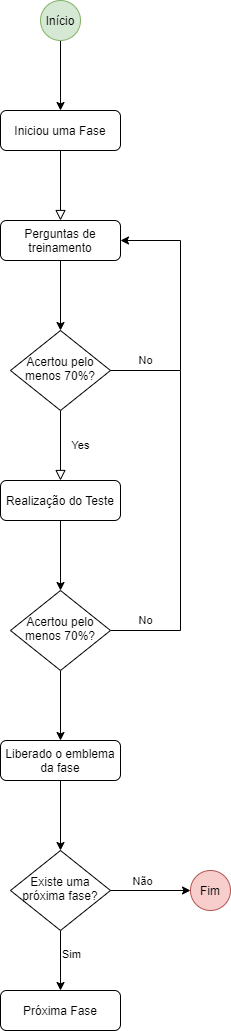
Design-de-Jogos/2020.1-ETerface keeps this draw.io diagram as docs/img/fluxo_fases.png. Above is the earlier version. Source tidied: cells renumbered, new cells last; positions are measured from the earlier drawing's top-left corner, leaving out a move shared by most shapes. The source it was exported from:
```xml
<mxGraphModel>
  <root>
    <mxCell id="0" />
    <mxCell id="1" parent="0" />
    <mxCell id="2" style="rounded=0;html=1;jettySize=auto;fontSize=11;endArrow=block;endFill=0;endSize=8;strokeWidth=1;shadow=0;labelBackgroundColor=none;edgeStyle=orthogonalEdgeStyle;entryX=0.5;entryY=0;entryDx=0;entryDy=0;" parent="1" edge="1" source="3" target="10">
      <mxGeometry relative="1" as="geometry" />
    </mxCell>
    <mxCell id="3" value="Iniciou uma Fase" style="rounded=1;whiteSpace=wrap;html=1;fontSize=12;glass=0;strokeWidth=1;shadow=0;" parent="1" vertex="1">
      <mxGeometry y="110" width="120" height="40" as="geometry" />
    </mxCell>
    <mxCell id="4" value="Yes" style="rounded=0;html=1;jettySize=auto;fontSize=11;endArrow=block;endFill=0;endSize=8;strokeWidth=1;shadow=0;labelBackgroundColor=none;edgeStyle=orthogonalEdgeStyle;entryX=0.5;entryY=0;entryDx=0;entryDy=0;" parent="1" edge="1" source="6" target="8">
      <mxGeometry y="20" relative="1" as="geometry" />
    </mxCell>
    <mxCell id="5" value="No" style="edgeStyle=orthogonalEdgeStyle;rounded=0;html=1;jettySize=auto;fontSize=11;endArrow=none;endFill=0;endSize=8;strokeWidth=1;shadow=0;labelBackgroundColor=none;" parent="1" edge="1" source="6">
      <mxGeometry y="10" relative="1" as="geometry">
        <mxPoint x="180" y="370" as="targetPoint" />
      </mxGeometry>
    </mxCell>
    <mxCell id="6" value="Acertou pelo menos 70%?" style="rhombus;whiteSpace=wrap;html=1;shadow=0;fontFamily=Helvetica;fontSize=12;align=center;strokeWidth=1;spacing=6;spacingTop=-4;" parent="1" vertex="1">
      <mxGeometry x="10" y="330" width="100" height="80" as="geometry" />
    </mxCell>
    <mxCell id="7" style="edgeStyle=orthogonalEdgeStyle;rounded=0;jettySize=auto;html=1;entryX=0.5;entryY=0;entryDx=0;entryDy=0;endArrow=classic;endFill=1;" parent="1" edge="1" source="8" target="17">
      <mxGeometry relative="1" as="geometry" />
    </mxCell>
    <mxCell id="8" value="Realização do Teste" style="rounded=1;whiteSpace=wrap;html=1;fontSize=12;glass=0;strokeWidth=1;shadow=0;" parent="1" vertex="1">
      <mxGeometry y="480" width="120" height="40" as="geometry" />
    </mxCell>
    <mxCell id="9" style="edgeStyle=orthogonalEdgeStyle;rounded=0;jettySize=auto;html=1;entryX=0.5;entryY=0;entryDx=0;entryDy=0;" parent="1" edge="1" source="10" target="6">
      <mxGeometry relative="1" as="geometry" />
    </mxCell>
    <mxCell id="10" value="Perguntas de treinamento" style="rounded=1;whiteSpace=wrap;html=1;fontSize=12;glass=0;strokeWidth=1;shadow=0;" parent="1" vertex="1">
      <mxGeometry y="220" width="120" height="40" as="geometry" />
    </mxCell>
    <mxCell id="11" style="edgeStyle=orthogonalEdgeStyle;rounded=0;jettySize=auto;html=1;entryX=0.5;entryY=0;entryDx=0;entryDy=0;" parent="1" edge="1" source="12" target="3">
      <mxGeometry relative="1" as="geometry" />
    </mxCell>
    <mxCell id="12" value="Início" style="ellipse;whiteSpace=wrap;html=1;fillColor=#d5e8d4;strokeColor=#82b366;" parent="1" vertex="1">
      <mxGeometry x="40" width="40" height="40" as="geometry" />
    </mxCell>
    <mxCell id="13" style="endArrow=none;html=1;" parent="1" edge="1">
      <mxGeometry relative="1" as="geometry">
        <mxPoint x="180" y="370" as="sourcePoint" />
        <mxPoint x="180" y="240" as="targetPoint" />
      </mxGeometry>
    </mxCell>
    <mxCell id="14" style="endArrow=classic;html=1;entryX=1;entryY=0.5;entryDx=0;entryDy=0;" parent="1" edge="1" target="10">
      <mxGeometry relative="1" as="geometry">
        <mxPoint x="180" y="240" as="sourcePoint" />
      </mxGeometry>
    </mxCell>
    <mxCell id="15" value="No" style="edgeStyle=orthogonalEdgeStyle;rounded=0;html=1;jettySize=auto;fontSize=11;endArrow=none;endFill=0;endSize=8;strokeWidth=1;shadow=0;labelBackgroundColor=none;" parent="1" edge="1" source="17">
      <mxGeometry y="10" relative="1" as="geometry">
        <mxPoint x="180" y="630" as="targetPoint" />
      </mxGeometry>
    </mxCell>
    <mxCell id="16" style="edgeStyle=orthogonalEdgeStyle;rounded=0;jettySize=auto;html=1;entryX=0.5;entryY=0;entryDx=0;entryDy=0;endArrow=classic;endFill=1;" parent="1" edge="1" source="17" target="20">
      <mxGeometry relative="1" as="geometry" />
    </mxCell>
    <mxCell id="17" value="Acertou pelo menos 70%?" style="rhombus;whiteSpace=wrap;html=1;shadow=0;fontFamily=Helvetica;fontSize=12;align=center;strokeWidth=1;spacing=6;spacingTop=-4;" parent="1" vertex="1">
      <mxGeometry x="10" y="590" width="100" height="80" as="geometry" />
    </mxCell>
    <mxCell id="18" style="endArrow=none;html=1;" parent="1" edge="1">
      <mxGeometry relative="1" as="geometry">
        <mxPoint x="180" y="630" as="sourcePoint" />
        <mxPoint x="180" y="370" as="targetPoint" />
      </mxGeometry>
    </mxCell>
    <mxCell id="19" style="edgeStyle=orthogonalEdgeStyle;rounded=0;jettySize=auto;html=1;entryX=0.5;entryY=0;entryDx=0;entryDy=0;endArrow=classic;endFill=1;" parent="1" edge="1" source="20" target="25">
      <mxGeometry relative="1" as="geometry" />
    </mxCell>
    <mxCell id="20" value="Liberado o emblema da fase" style="rounded=1;whiteSpace=wrap;html=1;fontSize=12;glass=0;strokeWidth=1;shadow=0;" parent="1" vertex="1">
      <mxGeometry y="740" width="120" height="40" as="geometry" />
    </mxCell>
    <mxCell id="21" style="edgeStyle=orthogonalEdgeStyle;rounded=0;jettySize=auto;html=1;entryX=0.5;entryY=0;entryDx=0;entryDy=0;endArrow=classic;endFill=1;" parent="1" edge="1" source="25" target="26">
      <mxGeometry relative="1" as="geometry" />
    </mxCell>
    <mxCell id="22" value="Sim" style="edgeLabel;html=1;align=center;verticalAlign=middle;" parent="21" vertex="1">
      <mxGeometry x="-0.24" y="1" relative="1" as="geometry">
        <mxPoint x="9" as="offset" />
      </mxGeometry>
    </mxCell>
    <mxCell id="23" style="edgeStyle=orthogonalEdgeStyle;rounded=0;jettySize=auto;html=1;entryX=0;entryY=0.5;entryDx=0;entryDy=0;endArrow=classic;endFill=1;" parent="1" edge="1" source="25" target="27">
      <mxGeometry relative="1" as="geometry" />
    </mxCell>
    <mxCell id="24" value="Não" style="edgeLabel;html=1;align=center;verticalAlign=middle;" parent="23" vertex="1">
      <mxGeometry x="-0.22" relative="1" as="geometry">
        <mxPoint y="-10" as="offset" />
      </mxGeometry>
    </mxCell>
    <mxCell id="25" value="Existe uma próxima fase?" style="rhombus;whiteSpace=wrap;html=1;shadow=0;fontFamily=Helvetica;fontSize=12;align=center;strokeWidth=1;spacing=6;spacingTop=-4;" parent="1" vertex="1">
      <mxGeometry x="10" y="850" width="100" height="80" as="geometry" />
    </mxCell>
    <mxCell id="26" value="Próxima Fase" style="rounded=1;whiteSpace=wrap;html=1;fontSize=12;glass=0;strokeWidth=1;shadow=0;" parent="1" vertex="1">
      <mxGeometry y="990" width="120" height="40" as="geometry" />
    </mxCell>
    <mxCell id="27" value="Fim" style="ellipse;whiteSpace=wrap;html=1;fillColor=#f8cecc;strokeColor=#b85450;" parent="1" vertex="1">
      <mxGeometry x="190" y="870" width="40" height="40" as="geometry" />
    </mxCell>
  </root>
</mxGraphModel>
```
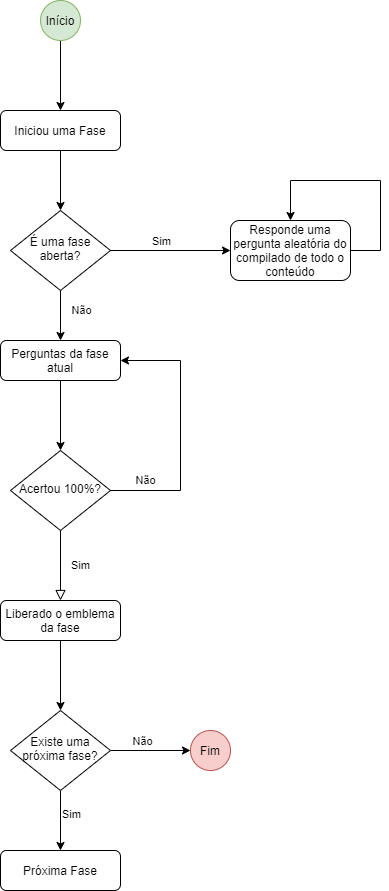
After the change.

The edit, as a diff of the source:
```diff
@@ -2,34 +2,30 @@
   <root>
     <mxCell id="0" />
     <mxCell id="1" parent="0" />
-    <mxCell id="2" style="rounded=0;html=1;jettySize=auto;fontSize=11;endArrow=block;endFill=0;endSize=8;strokeWidth=1;shadow=0;labelBackgroundColor=none;edgeStyle=orthogonalEdgeStyle;entryX=0.5;entryY=0;entryDx=0;entryDy=0;" parent="1" edge="1" source="3" target="10">
-      <mxGeometry relative="1" as="geometry" />
-    </mxCell>
+    <mxCell id="28" style="edgeStyle=orthogonalEdgeStyle;rounded=0;jettySize=auto;html=1;entryX=0.5;entryY=0;entryDx=0;entryDy=0;" parent="1" edge="1" source="3" target="33">
+      <mxGeometry relative="1" as="geometry" />
+    </mxCell>
     <mxCell id="3" value="Iniciou uma Fase" style="rounded=1;whiteSpace=wrap;html=1;fontSize=12;glass=0;strokeWidth=1;shadow=0;" parent="1" vertex="1">
       <mxGeometry y="110" width="120" height="40" as="geometry" />
     </mxCell>
-    <mxCell id="4" value="Yes" style="rounded=0;html=1;jettySize=auto;fontSize=11;endArrow=block;endFill=0;endSize=8;strokeWidth=1;shadow=0;labelBackgroundColor=none;edgeStyle=orthogonalEdgeStyle;entryX=0.5;entryY=0;entryDx=0;entryDy=0;" parent="1" edge="1" source="6" target="8">
-      <mxGeometry y="20" relative="1" as="geometry" />
+    <mxCell id="4" value="Sim" style="rounded=0;html=1;jettySize=auto;fontSize=11;endArrow=block;endFill=0;endSize=8;strokeWidth=1;shadow=0;labelBackgroundColor=none;edgeStyle=orthogonalEdgeStyle;entryX=0.5;entryY=0;entryDx=0;entryDy=0;" parent="1" edge="1" source="6">
+      <mxGeometry y="20" relative="1" as="geometry">
+        <mxPoint x="60" y="600" as="targetPoint" />
+      </mxGeometry>
     </mxCell>
-    <mxCell id="5" value="No" style="edgeStyle=orthogonalEdgeStyle;rounded=0;html=1;jettySize=auto;fontSize=11;endArrow=none;endFill=0;endSize=8;strokeWidth=1;shadow=0;labelBackgroundColor=none;" parent="1" edge="1" source="6">
+    <mxCell id="5" value="Não" style="edgeStyle=orthogonalEdgeStyle;rounded=0;html=1;jettySize=auto;fontSize=11;endArrow=none;endFill=0;endSize=8;strokeWidth=1;shadow=0;labelBackgroundColor=none;" parent="1" edge="1" source="6">
       <mxGeometry y="10" relative="1" as="geometry">
-        <mxPoint x="180" y="370" as="targetPoint" />
+        <mxPoint x="180" y="490" as="targetPoint" />
       </mxGeometry>
     </mxCell>
-    <mxCell id="6" value="Acertou pelo menos 70%?" style="rhombus;whiteSpace=wrap;html=1;shadow=0;fontFamily=Helvetica;fontSize=12;align=center;strokeWidth=1;spacing=6;spacingTop=-4;" parent="1" vertex="1">
-      <mxGeometry x="10" y="330" width="100" height="80" as="geometry" />
+    <mxCell id="6" value="Acertou 100%?" style="rhombus;whiteSpace=wrap;html=1;shadow=0;fontFamily=Helvetica;fontSize=12;align=center;strokeWidth=1;spacing=6;spacingTop=-4;" parent="1" vertex="1">
+      <mxGeometry x="10" y="450" width="100" height="80" as="geometry" />
     </mxCell>
-    <mxCell id="7" style="edgeStyle=orthogonalEdgeStyle;rounded=0;jettySize=auto;html=1;entryX=0.5;entryY=0;entryDx=0;entryDy=0;endArrow=classic;endFill=1;" parent="1" edge="1" source="8" target="17">
-      <mxGeometry relative="1" as="geometry" />
-    </mxCell>
-    <mxCell id="8" value="Realização do Teste" style="rounded=1;whiteSpace=wrap;html=1;fontSize=12;glass=0;strokeWidth=1;shadow=0;" parent="1" vertex="1">
-      <mxGeometry y="480" width="120" height="40" as="geometry" />
-    </mxCell>
     <mxCell id="9" style="edgeStyle=orthogonalEdgeStyle;rounded=0;jettySize=auto;html=1;entryX=0.5;entryY=0;entryDx=0;entryDy=0;" parent="1" edge="1" source="10" target="6">
       <mxGeometry relative="1" as="geometry" />
     </mxCell>
-    <mxCell id="10" value="Perguntas de treinamento" style="rounded=1;whiteSpace=wrap;html=1;fontSize=12;glass=0;strokeWidth=1;shadow=0;" parent="1" vertex="1">
-      <mxGeometry y="220" width="120" height="40" as="geometry" />
+    <mxCell id="10" value="Perguntas da fase atual" style="rounded=1;whiteSpace=wrap;html=1;fontSize=12;glass=0;strokeWidth=1;shadow=0;" parent="1" vertex="1">
+      <mxGeometry y="340" width="120" height="40" as="geometry" />
     </mxCell>
     <mxCell id="11" style="edgeStyle=orthogonalEdgeStyle;rounded=0;jettySize=auto;html=1;entryX=0.5;entryY=0;entryDx=0;entryDy=0;" parent="1" edge="1" source="12" target="3">
       <mxGeometry relative="1" as="geometry" />
@@ -39,37 +35,20 @@
     </mxCell>
     <mxCell id="13" style="endArrow=none;html=1;" parent="1" edge="1">
       <mxGeometry relative="1" as="geometry">
-        <mxPoint x="180" y="370" as="sourcePoint" />
-        <mxPoint x="180" y="240" as="targetPoint" />
+        <mxPoint x="180" y="490" as="sourcePoint" />
+        <mxPoint x="180" y="360" as="targetPoint" />
       </mxGeometry>
     </mxCell>
     <mxCell id="14" style="endArrow=classic;html=1;entryX=1;entryY=0.5;entryDx=0;entryDy=0;" parent="1" edge="1" target="10">
       <mxGeometry relative="1" as="geometry">
-        <mxPoint x="180" y="240" as="sourcePoint" />
+        <mxPoint x="180" y="360" as="sourcePoint" />
       </mxGeometry>
     </mxCell>
-    <mxCell id="15" value="No" style="edgeStyle=orthogonalEdgeStyle;rounded=0;html=1;jettySize=auto;fontSize=11;endArrow=none;endFill=0;endSize=8;strokeWidth=1;shadow=0;labelBackgroundColor=none;" parent="1" edge="1" source="17">
-      <mxGeometry y="10" relative="1" as="geometry">
-        <mxPoint x="180" y="630" as="targetPoint" />
-      </mxGeometry>
-    </mxCell>
-    <mxCell id="16" style="edgeStyle=orthogonalEdgeStyle;rounded=0;jettySize=auto;html=1;entryX=0.5;entryY=0;entryDx=0;entryDy=0;endArrow=classic;endFill=1;" parent="1" edge="1" source="17" target="20">
-      <mxGeometry relative="1" as="geometry" />
-    </mxCell>
-    <mxCell id="17" value="Acertou pelo menos 70%?" style="rhombus;whiteSpace=wrap;html=1;shadow=0;fontFamily=Helvetica;fontSize=12;align=center;strokeWidth=1;spacing=6;spacingTop=-4;" parent="1" vertex="1">
-      <mxGeometry x="10" y="590" width="100" height="80" as="geometry" />
-    </mxCell>
-    <mxCell id="18" style="endArrow=none;html=1;" parent="1" edge="1">
-      <mxGeometry relative="1" as="geometry">
-        <mxPoint x="180" y="630" as="sourcePoint" />
-        <mxPoint x="180" y="370" as="targetPoint" />
-      </mxGeometry>
-    </mxCell>
     <mxCell id="19" style="edgeStyle=orthogonalEdgeStyle;rounded=0;jettySize=auto;html=1;entryX=0.5;entryY=0;entryDx=0;entryDy=0;endArrow=classic;endFill=1;" parent="1" edge="1" source="20" target="25">
       <mxGeometry relative="1" as="geometry" />
     </mxCell>
     <mxCell id="20" value="Liberado o emblema da fase" style="rounded=1;whiteSpace=wrap;html=1;fontSize=12;glass=0;strokeWidth=1;shadow=0;" parent="1" vertex="1">
-      <mxGeometry y="740" width="120" height="40" as="geometry" />
+      <mxGeometry y="600" width="120" height="40" as="geometry" />
     </mxCell>
     <mxCell id="21" style="edgeStyle=orthogonalEdgeStyle;rounded=0;jettySize=auto;html=1;entryX=0.5;entryY=0;entryDx=0;entryDy=0;endArrow=classic;endFill=1;" parent="1" edge="1" source="25" target="26">
       <mxGeometry relative="1" as="geometry" />
@@ -88,13 +67,44 @@
       </mxGeometry>
     </mxCell>
     <mxCell id="25" value="Existe uma próxima fase?" style="rhombus;whiteSpace=wrap;html=1;shadow=0;fontFamily=Helvetica;fontSize=12;align=center;strokeWidth=1;spacing=6;spacingTop=-4;" parent="1" vertex="1">
-      <mxGeometry x="10" y="850" width="100" height="80" as="geometry" />
+      <mxGeometry x="10" y="710" width="100" height="80" as="geometry" />
     </mxCell>
     <mxCell id="26" value="Próxima Fase" style="rounded=1;whiteSpace=wrap;html=1;fontSize=12;glass=0;strokeWidth=1;shadow=0;" parent="1" vertex="1">
-      <mxGeometry y="990" width="120" height="40" as="geometry" />
+      <mxGeometry y="850" width="120" height="40" as="geometry" />
     </mxCell>
     <mxCell id="27" value="Fim" style="ellipse;whiteSpace=wrap;html=1;fillColor=#f8cecc;strokeColor=#b85450;" parent="1" vertex="1">
-      <mxGeometry x="190" y="870" width="40" height="40" as="geometry" />
+      <mxGeometry x="190" y="730" width="40" height="40" as="geometry" />
     </mxCell>
+    <mxCell id="29" style="edgeStyle=orthogonalEdgeStyle;rounded=0;jettySize=auto;html=1;entryX=0.5;entryY=0;entryDx=0;entryDy=0;" parent="1" edge="1" source="33" target="10">
+      <mxGeometry relative="1" as="geometry" />
+    </mxCell>
+    <mxCell id="30" value="Não" style="edgeLabel;html=1;align=center;verticalAlign=middle;" parent="29" vertex="1">
+      <mxGeometry x="-0.23" y="2" relative="1" as="geometry">
+        <mxPoint x="18" as="offset" />
+      </mxGeometry>
+    </mxCell>
+    <mxCell id="31" style="edgeStyle=orthogonalEdgeStyle;rounded=0;jettySize=auto;html=1;entryX=0;entryY=0.5;entryDx=0;entryDy=0;" parent="1" edge="1" source="33" target="35">
+      <mxGeometry relative="1" as="geometry" />
+    </mxCell>
+    <mxCell id="32" value="Sim" style="edgeLabel;html=1;align=center;verticalAlign=middle;" parent="31" vertex="1">
+      <mxGeometry x="-0.32" relative="1" as="geometry">
+        <mxPoint x="9" y="-10" as="offset" />
+      </mxGeometry>
+    </mxCell>
+    <mxCell id="33" value="É uma fase aberta?" style="rhombus;whiteSpace=wrap;html=1;shadow=0;fontFamily=Helvetica;fontSize=12;align=center;strokeWidth=1;spacing=6;spacingTop=-4;" parent="1" vertex="1">
+      <mxGeometry x="10" y="210" width="100" height="80" as="geometry" />
+    </mxCell>
+    <mxCell id="34" style="edgeStyle=orthogonalEdgeStyle;rounded=0;orthogonalLoop=1;jettySize=auto;html=1;entryX=0.5;entryY=0;entryDx=0;entryDy=0;" parent="1" edge="1" source="35" target="35">
+      <mxGeometry relative="1" as="geometry">
+        <Array as="points">
+          <mxPoint x="380" y="250" />
+          <mxPoint x="380" y="180" />
+          <mxPoint x="290" y="180" />
+        </Array>
+      </mxGeometry>
+    </mxCell>
+    <mxCell id="35" value="Responde uma pergunta aleatória do compilado de todo o conteúdo" style="rounded=1;whiteSpace=wrap;html=1;fontSize=12;glass=0;strokeWidth=1;shadow=0;" parent="1" vertex="1">
+      <mxGeometry x="230" y="220" width="120" height="60" as="geometry" />
+    </mxCell>
   </root>
 </mxGraphModel>
```
